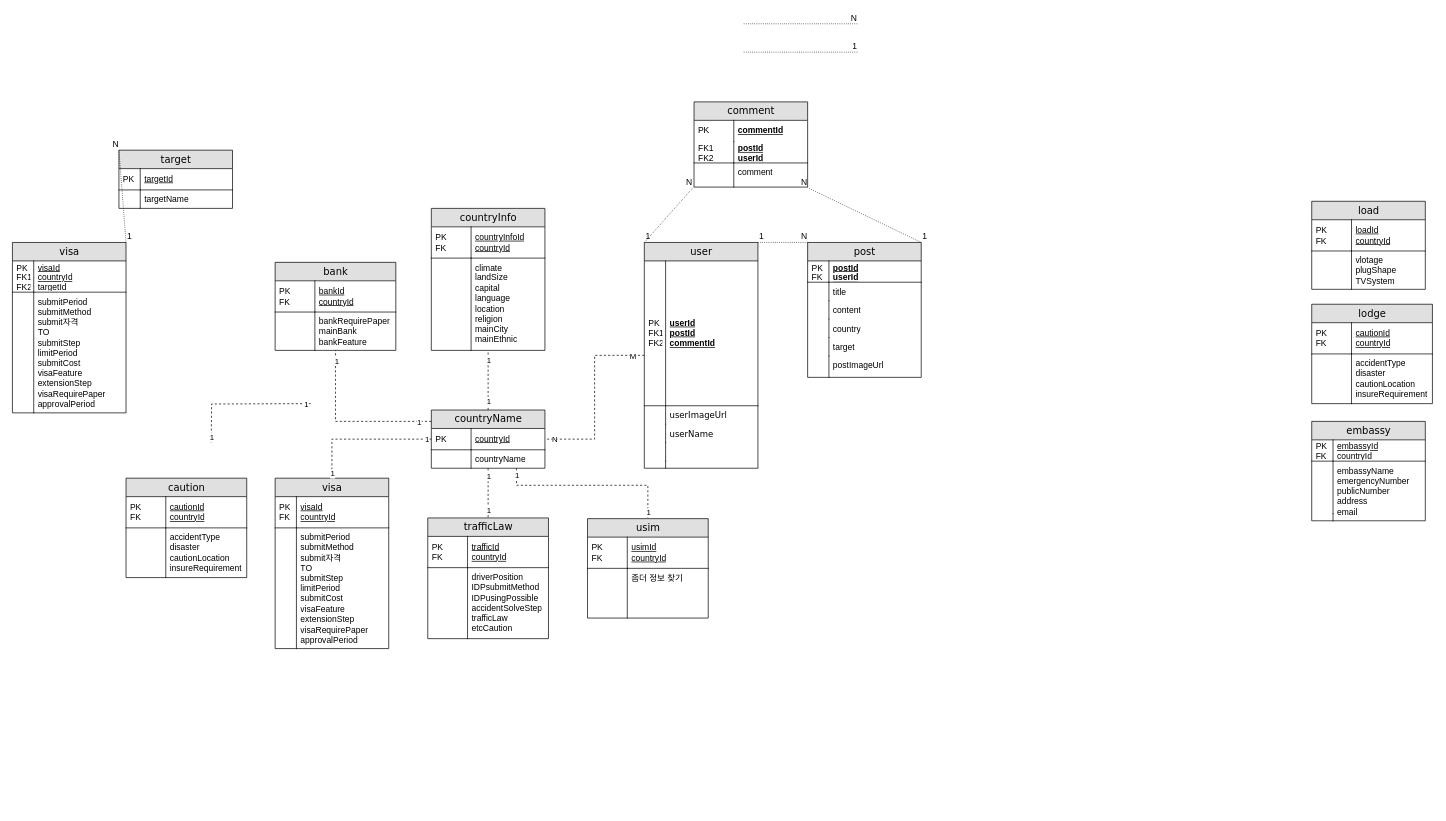
qwe1234k/finalProjectERD keeps this draw.io diagram as ERD.drawio. Above is the earlier version. Source tidied: cells renumbered, new cells numbered last; positions are measured from the earlier drawing's top-left corner, leaving out a move shared by most shapes. Both pictures are drawn from the tidied source at 71%, with x=0, y=0 at pixel (12, 23).
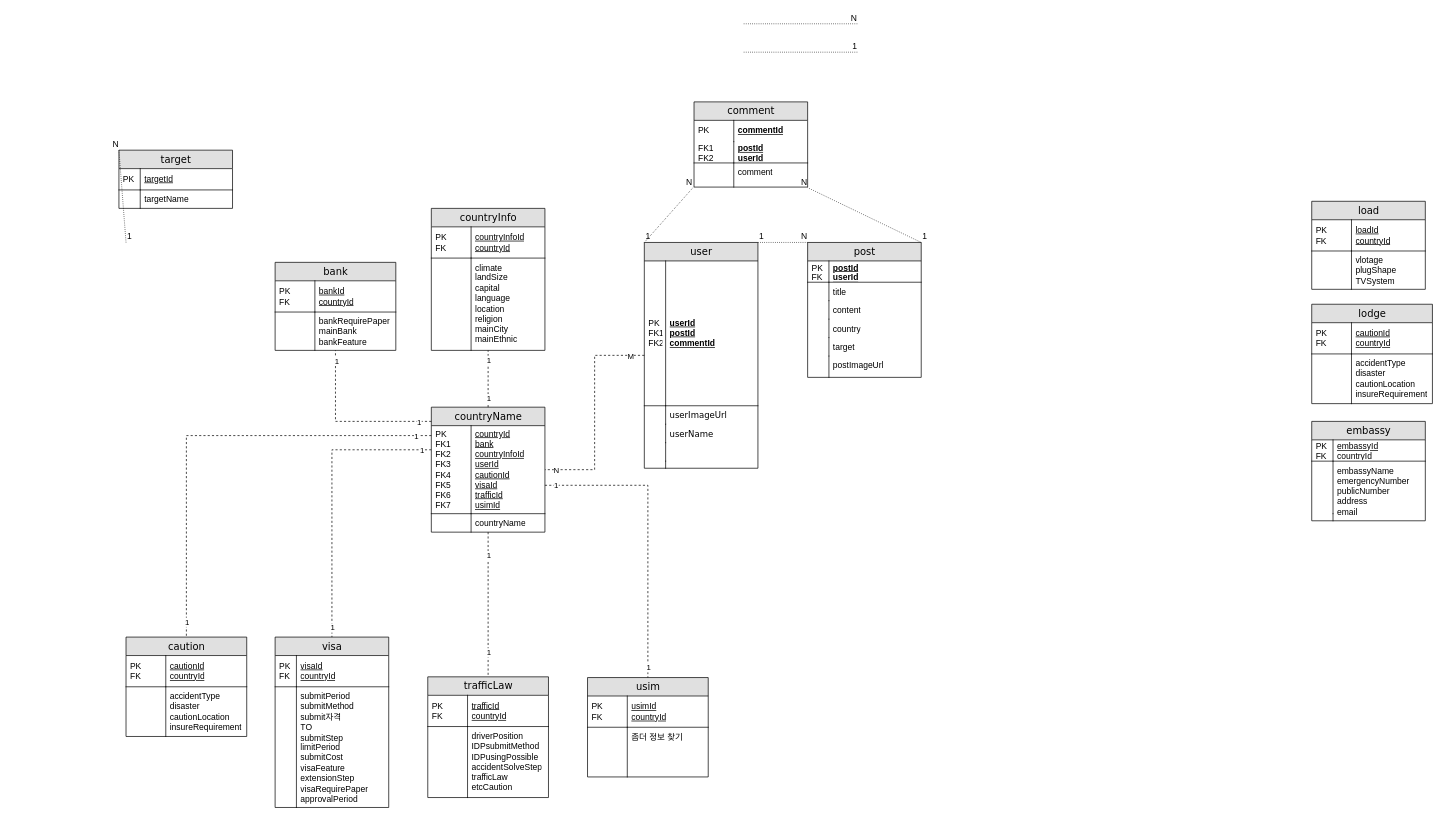
The same diagram, later.

The change refers to these unchanged cells:
```xml
<mxCell id="2" value="target" style="swimlane;html=1;fontStyle=0;horizontal=1;startSize=26;fillColor=#e0e0e0;swimlaneFillColor=#ffffff;align=center;rounded=0;shadow=0;comic=0;labelBackgroundColor=none;strokeWidth=1;fontFamily=Verdana;fontSize=14;swimlaneLine=1;" parent="1" vertex="1">
  <mxGeometry x="150" y="178" width="160" height="82" as="geometry" />
</mxCell>
```

Change to the diagram source:
```diff
@@
     <mxCell id="62" value="visa" style="swimlane;html=1;fontStyle=0;horizontal=1;startSize=26;fillColor=#e0e0e0;swimlaneFillColor=#ffffff;align=center;rounded=0;shadow=0;comic=0;labelBackgroundColor=none;strokeWidth=1;fontFamily=Verdana;fontSize=14;swimlaneLine=1;" parent="1" vertex="1">
-      <mxGeometry x="370" y="640" width="160" height="240" as="geometry" />
+      <mxGeometry x="370" y="863.8" width="160" height="240" as="geometry" />
     </mxCell>
@@
     <mxCell id="72" value="trafficLaw" style="swimlane;html=1;fontStyle=0;horizontal=1;startSize=26;fillColor=#e0e0e0;swimlaneFillColor=#ffffff;align=center;rounded=0;shadow=0;comic=0;labelBackgroundColor=none;strokeWidth=1;fontFamily=Verdana;fontSize=14;" parent="1" vertex="1">
-      <mxGeometry x="585" y="696" width="170" height="170" as="geometry" />
+      <mxGeometry x="585" y="919.8" width="170" height="170" as="geometry" />
     </mxCell>
@@
     <mxCell id="77" value="caution" style="swimlane;html=1;fontStyle=0;horizontal=1;startSize=26;fillColor=#e0e0e0;swimlaneFillColor=#ffffff;align=center;rounded=0;shadow=0;comic=0;labelBackgroundColor=none;strokeWidth=1;fontFamily=Verdana;fontSize=14;" parent="1" vertex="1">
-      <mxGeometry x="160" y="640" width="170" height="140" as="geometry" />
+      <mxGeometry x="160" y="863.8" width="170" height="140" as="geometry" />
     </mxCell>
@@
     <mxCell id="82" value="usim" style="swimlane;html=1;fontStyle=0;horizontal=1;startSize=26;fillColor=#e0e0e0;swimlaneFillColor=#ffffff;align=center;rounded=0;shadow=0;comic=0;labelBackgroundColor=none;strokeWidth=1;fontFamily=Verdana;fontSize=14;" parent="1" vertex="1">
-      <mxGeometry x="810" y="697" width="170" height="140" as="geometry" />
+      <mxGeometry x="810" y="920.8" width="170" height="140" as="geometry" />
     </mxCell>
@@
     <mxCell id="98" value="countryName" style="swimlane;html=1;fontStyle=0;horizontal=1;startSize=26;fillColor=#e0e0e0;swimlaneFillColor=#ffffff;align=center;rounded=0;shadow=0;comic=0;labelBackgroundColor=none;strokeWidth=1;fontFamily=Verdana;fontSize=14;" parent="1" vertex="1">
-      <mxGeometry x="590" y="544" width="160" height="82" as="geometry" />
+      <mxGeometry x="590" y="540" width="160" height="176" as="geometry" />
     </mxCell>
-    <mxCell id="99" value="&lt;font face=&quot;helvetica&quot; style=&quot;font-weight: normal&quot;&gt;countryId&lt;/font&gt;" style="shape=partialRectangle;top=0;left=0;right=0;bottom=1;html=1;align=left;verticalAlign=middle;fillColor=none;spacingLeft=60;spacingRight=4;whiteSpace=wrap;overflow=hidden;fontStyle=5;" parent="98" vertex="1">
-      <mxGeometry y="26" width="160" height="30" as="geometry" />
+    <mxCell id="99" value="&lt;font face=&quot;helvetica&quot; style=&quot;font-weight: normal&quot;&gt;countryId&lt;br&gt;bank&lt;br&gt;countryInfoId&lt;br&gt;userId&lt;br&gt;cautionId&lt;br&gt;visaId&lt;br&gt;trafficId&lt;br&gt;usimId&lt;br&gt;&lt;/font&gt;" style="shape=partialRectangle;top=0;left=0;right=0;bottom=1;html=1;align=left;verticalAlign=middle;fillColor=none;spacingLeft=60;spacingRight=4;whiteSpace=wrap;overflow=hidden;fontStyle=5;" parent="98" vertex="1">
+      <mxGeometry y="26" width="160" height="124" as="geometry" />
     </mxCell>
-    <mxCell id="100" value="&lt;span style=&quot;font-weight: normal&quot;&gt;PK&lt;/span&gt;" style="shape=partialRectangle;fontStyle=1;top=0;left=0;bottom=0;html=1;fillColor=none;align=left;verticalAlign=middle;spacingLeft=4;spacingRight=4;whiteSpace=wrap;overflow=hidden;" parent="99" vertex="1">
-      <mxGeometry width="56" height="30" as="geometry" />
+    <mxCell id="100" value="&lt;span style=&quot;font-weight: normal&quot;&gt;PK&lt;br&gt;FK1&lt;br&gt;FK2&lt;br&gt;FK3&lt;br&gt;FK4&lt;br&gt;FK5&lt;br&gt;FK6&lt;br&gt;FK7&lt;br&gt;&lt;/span&gt;" style="shape=partialRectangle;fontStyle=1;top=0;left=0;bottom=0;html=1;fillColor=none;align=left;verticalAlign=middle;spacingLeft=4;spacingRight=4;whiteSpace=wrap;overflow=hidden;" parent="99" vertex="1">
+      <mxGeometry width="56" height="124" as="geometry" />
     </mxCell>
     <mxCell id="101" value="countryName" style="shape=partialRectangle;top=0;left=0;right=0;bottom=0;html=1;align=left;verticalAlign=top;fillColor=none;spacingLeft=60;spacingRight=4;whiteSpace=wrap;overflow=hidden;" parent="98" vertex="1">
-      <mxGeometry y="56" width="160" height="26" as="geometry" />
+      <mxGeometry y="150" width="160" height="26" as="geometry" />
     </mxCell>
@@
-    <mxCell id="103" value="visa" style="swimlane;html=1;fontStyle=0;horizontal=1;startSize=26;fillColor=#e0e0e0;swimlaneFillColor=#ffffff;align=center;rounded=0;shadow=0;comic=0;labelBackgroundColor=none;strokeWidth=1;fontFamily=Verdana;fontSize=14;swimlaneLine=1;" parent="1" vertex="1">
-      <mxGeometry y="308" width="160" height="240" as="geometry" />
-    </mxCell>
-    <mxCell id="104" value="&lt;span style=&quot;font-weight: normal&quot;&gt;visaId&lt;br&gt;countryId&lt;br&gt;targetId&lt;br&gt;&lt;/span&gt;" style="shape=partialRectangle;top=0;left=0;right=0;bottom=1;html=1;align=left;verticalAlign=middle;fillColor=none;spacingLeft=34;spacingRight=4;whiteSpace=wrap;overflow=hidden;fontStyle=5;" parent="103" vertex="1">
-      <mxGeometry y="26" width="160" height="44" as="geometry" />
-    </mxCell>
-    <mxCell id="105" value="PK&lt;br&gt;FK1&lt;br&gt;FK2" style="shape=partialRectangle;top=0;left=0;bottom=0;html=1;fillColor=none;align=left;verticalAlign=middle;spacingLeft=4;spacingRight=4;whiteSpace=wrap;overflow=hidden;" parent="104" vertex="1">
-      <mxGeometry width="30" height="44" as="geometry" />
-    </mxCell>
-    <mxCell id="106" value="submitPeriod&lt;br&gt;submitMethod&lt;br&gt;submit자격&lt;br&gt;TO&lt;br&gt;submitStep&lt;br&gt;limitPeriod&lt;br&gt;submitCost&lt;br&gt;visaFeature&lt;br&gt;extensionStep&lt;br&gt;visaRequirePaper&lt;br&gt;approvalPeriod" style="shape=partialRectangle;top=0;left=0;right=0;bottom=0;html=1;align=left;verticalAlign=top;fillColor=none;spacingLeft=34;spacingRight=4;whiteSpace=wrap;overflow=hidden;" parent="103" vertex="1">
-      <mxGeometry y="70" width="160" height="170" as="geometry" />
-    </mxCell>
-    <mxCell id="107" style="shape=partialRectangle;top=0;left=0;bottom=0;html=1;fillColor=none;align=left;verticalAlign=top;spacingLeft=4;spacingRight=4;whiteSpace=wrap;overflow=hidden;" parent="106" vertex="1">
-      <mxGeometry width="30" height="170" as="geometry" />
-    </mxCell>
-    <mxCell id="108" style="endArrow=none;html=1;rounded=0;dashed=1;dashPattern=1 2;exitX=1;exitY=0;exitDx=0;exitDy=0;entryX=0;entryY=0;entryDx=0;entryDy=0;" parent="1" edge="1" source="103" target="2">
-      <mxGeometry relative="1" as="geometry" />
+    <mxCell id="108" style="endArrow=none;html=1;rounded=0;dashed=1;dashPattern=1 2;exitX=1;exitY=0;exitDx=0;exitDy=0;entryX=0;entryY=0;entryDx=0;entryDy=0;" parent="1" edge="1" target="2">
+      <mxGeometry relative="1" as="geometry">
+        <mxPoint x="160" y="308" as="sourcePoint" />
+      </mxGeometry>
     </mxCell>
@@
     <mxCell id="117" style="edgeStyle=orthogonalEdgeStyle;rounded=0;jettySize=auto;html=1;endArrow=none;endFill=0;dashed=1;" parent="1" edge="1" source="98" target="62">
-      <mxGeometry relative="1" as="geometry" />
+      <mxGeometry relative="1" as="geometry">
+        <Array as="points">
+          <mxPoint x="450" y="600" />
+        </Array>
+      </mxGeometry>
     </mxCell>
@@
-    <mxCell id="129" style="edgeStyle=orthogonalEdgeStyle;rounded=0;orthogonalLoop=1;jettySize=auto;html=1;endArrow=none;endFill=0;dashed=1;" parent="1" edge="1">
+    <mxCell id="129" style="edgeStyle=orthogonalEdgeStyle;rounded=0;jettySize=auto;html=1;endArrow=none;endFill=0;dashed=1;" parent="1" edge="1" source="98" target="77">
       <mxGeometry relative="1" as="geometry">
-        <mxPoint x="420" y="535" as="sourcePoint" />
-        <mxPoint x="280" y="590" as="targetPoint" />
+        <Array as="points">
+          <mxPoint x="245" y="580" />
+        </Array>
       </mxGeometry>
     </mxCell>
```
